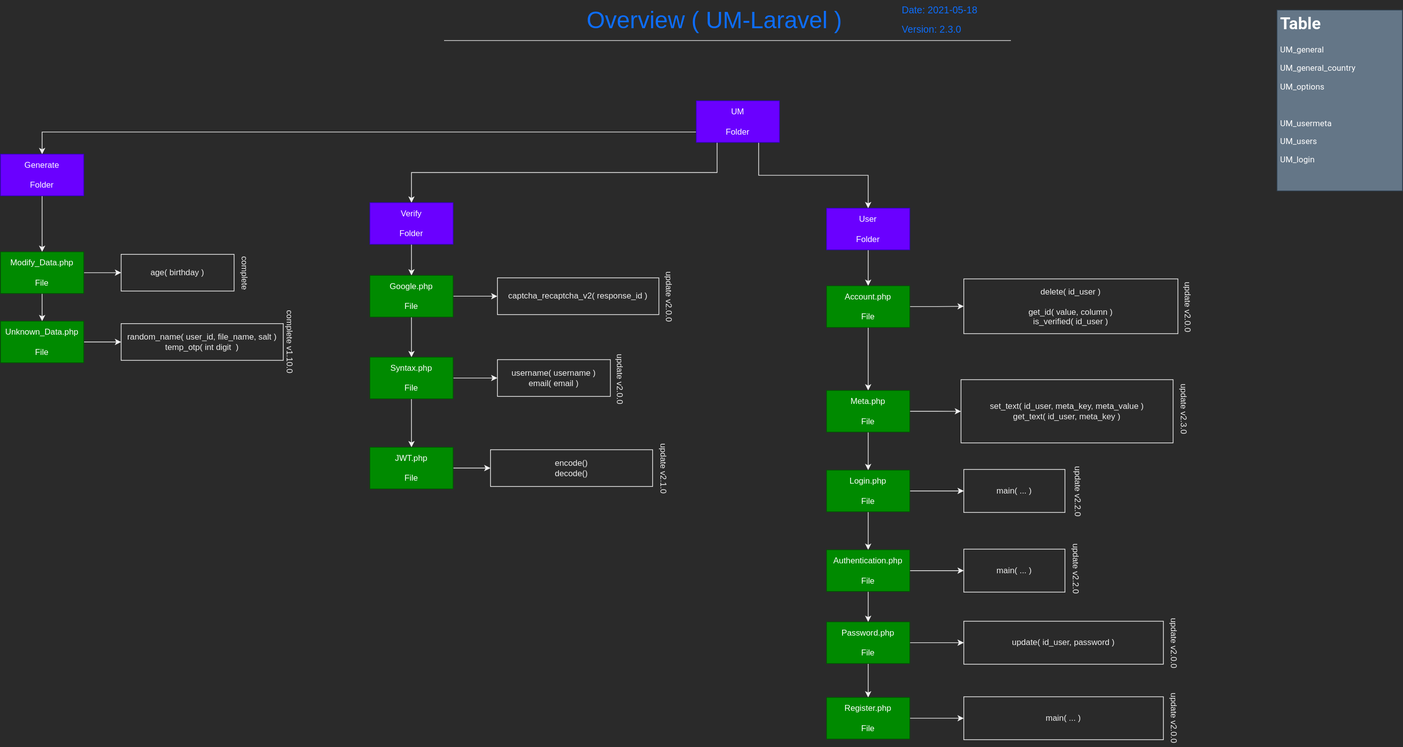
imithu/UM keeps this draw.io diagram as Docs/main.svg. Above is the earlier version. Source tidied: cells renumbered, new cells last; positions are measured from the earlier drawing's top-left corner, leaving out a move shared by most shapes.
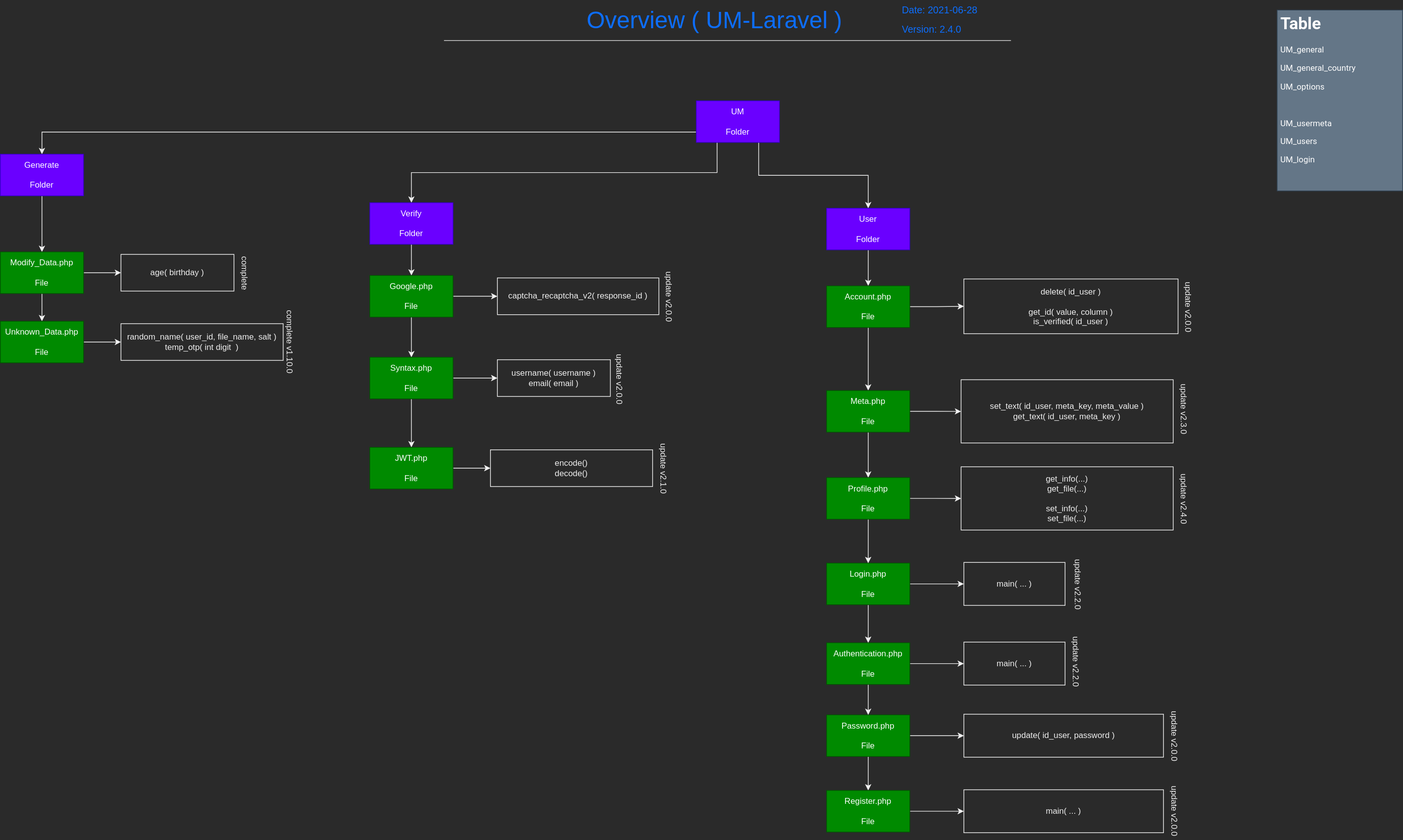
The same diagram one commit later.

What changed in the source:
```diff
@@ -8,7 +8,7 @@
     <mxCell id="3" value="Overview ( UM-Laravel )" style="text;html=1;strokeColor=none;fillColor=none;align=center;verticalAlign=middle;whiteSpace=wrap;labelBackgroundColor=none;fontSize=34;fontColor=#0d6efd;" parent="2" vertex="1">
       <mxGeometry x="194" y="1.5" width="393" height="55" as="geometry" />
     </mxCell>
-    <mxCell id="4" value="Date: 2021-05-18" style="text;html=1;strokeColor=none;fillColor=none;align=left;verticalAlign=middle;whiteSpace=wrap;labelBackgroundColor=none;fontSize=14;fontColor=#0d6efd;" parent="2" vertex="1">
+    <mxCell id="4" value="Date: 2021-06-28" style="text;html=1;strokeColor=none;fillColor=none;align=left;verticalAlign=middle;whiteSpace=wrap;labelBackgroundColor=none;fontSize=14;fontColor=#0d6efd;" parent="2" vertex="1">
       <mxGeometry x="659" y="1" width="147" height="25" as="geometry" />
     </mxCell>
     <mxCell id="5" style="endArrow=none;html=1;fontSize=14;fontColor=#0d6efd;" parent="2" edge="1">
@@ -17,7 +17,7 @@
         <mxPoint x="818" y="58" as="targetPoint" />
       </mxGeometry>
     </mxCell>
-    <mxCell id="6" value="Version: 2.3.0" style="text;html=1;strokeColor=none;fillColor=none;align=left;verticalAlign=middle;whiteSpace=wrap;labelBackgroundColor=none;fontSize=14;fontColor=#0d6efd;" parent="2" vertex="1">
+    <mxCell id="6" value="Version: 2.4.0" style="text;html=1;strokeColor=none;fillColor=none;align=left;verticalAlign=middle;whiteSpace=wrap;labelBackgroundColor=none;fontSize=14;fontColor=#0d6efd;" parent="2" vertex="1">
       <mxGeometry x="659" y="32" width="132" height="20" as="geometry" />
     </mxCell>
     <mxCell id="7" style="edgeStyle=orthogonalEdgeStyle;rounded=0;jettySize=auto;html=1;exitX=0.25;exitY=1;exitDx=0;exitDy=0;" parent="1" edge="1" source="10" target="29">
@@ -57,10 +57,10 @@
       <mxGeometry relative="1" as="geometry" />
     </mxCell>
     <mxCell id="19" value="Login.php&lt;br&gt;&lt;br&gt;File" style="rounded=0;whiteSpace=wrap;html=1;fillColor=#008a00;strokeColor=#005700;fontColor=#ffffff;" parent="1" vertex="1">
-      <mxGeometry x="1192" y="678" width="120" height="60" as="geometry" />
+      <mxGeometry x="1192" y="812" width="120" height="60" as="geometry" />
     </mxCell>
     <mxCell id="20" value="main( ... )" style="rounded=0;whiteSpace=wrap;html=1;" parent="1" vertex="1">
-      <mxGeometry x="1390" y="677" width="146" height="62" as="geometry" />
+      <mxGeometry x="1390" y="811" width="146" height="62" as="geometry" />
     </mxCell>
     <mxCell id="21" style="edgeStyle=orthogonalEdgeStyle;rounded=0;jettySize=auto;html=1;exitX=1;exitY=0.5;exitDx=0;exitDy=0;" parent="1" edge="1" source="23" target="24">
       <mxGeometry relative="1" as="geometry" />
@@ -69,19 +69,19 @@
       <mxGeometry relative="1" as="geometry" />
     </mxCell>
     <mxCell id="23" value="Password.php&lt;br&gt;&lt;br&gt;File" style="rounded=0;whiteSpace=wrap;html=1;fillColor=#008a00;strokeColor=#005700;fontColor=#ffffff;" parent="1" vertex="1">
-      <mxGeometry x="1192" y="897" width="120" height="60" as="geometry" />
+      <mxGeometry x="1192" y="1031" width="120" height="60" as="geometry" />
     </mxCell>
     <mxCell id="24" value="update( id_user, password )" style="rounded=0;whiteSpace=wrap;html=1;" parent="1" vertex="1">
-      <mxGeometry x="1390" y="896" width="288" height="62" as="geometry" />
+      <mxGeometry x="1390" y="1030" width="288" height="62" as="geometry" />
     </mxCell>
     <mxCell id="25" style="edgeStyle=orthogonalEdgeStyle;rounded=0;jettySize=auto;html=1;exitX=1;exitY=0.5;exitDx=0;exitDy=0;" parent="1" edge="1" source="26" target="27">
       <mxGeometry relative="1" as="geometry" />
     </mxCell>
     <mxCell id="26" value="Register.php&lt;br&gt;&lt;br&gt;File" style="rounded=0;whiteSpace=wrap;html=1;fillColor=#008a00;strokeColor=#005700;fontColor=#ffffff;" parent="1" vertex="1">
-      <mxGeometry x="1192" y="1006" width="120" height="60" as="geometry" />
+      <mxGeometry x="1192" y="1140" width="120" height="60" as="geometry" />
     </mxCell>
     <mxCell id="27" value="main( ... )" style="rounded=0;whiteSpace=wrap;html=1;" parent="1" vertex="1">
-      <mxGeometry x="1390" y="1005" width="288" height="62" as="geometry" />
+      <mxGeometry x="1390" y="1139" width="288" height="62" as="geometry" />
     </mxCell>
     <mxCell id="28" style="edgeStyle=orthogonalEdgeStyle;rounded=0;jettySize=auto;html=1;exitX=0.5;exitY=1;exitDx=0;exitDy=0;" parent="1" edge="1" source="29" target="32">
       <mxGeometry relative="1" as="geometry" />
@@ -147,22 +147,22 @@
       <mxGeometry relative="1" as="geometry" />
     </mxCell>
     <mxCell id="49" value="Authentication.php&lt;br&gt;&lt;br&gt;File" style="rounded=0;whiteSpace=wrap;html=1;fillColor=#008a00;strokeColor=#005700;fontColor=#ffffff;" parent="1" vertex="1">
-      <mxGeometry x="1192" y="793" width="120" height="60" as="geometry" />
+      <mxGeometry x="1192" y="927" width="120" height="60" as="geometry" />
     </mxCell>
     <mxCell id="50" value="main( ... )" style="rounded=0;whiteSpace=wrap;html=1;" parent="1" vertex="1">
-      <mxGeometry x="1390" y="792" width="146" height="62" as="geometry" />
+      <mxGeometry x="1390" y="926" width="146" height="62" as="geometry" />
     </mxCell>
     <mxCell id="51" value="update v2.2.0" style="text;html=1;align=center;verticalAlign=middle;rotation=90;" parent="1" vertex="1">
-      <mxGeometry x="1513" y="699" width="83" height="18" as="geometry" />
+      <mxGeometry x="1513" y="833" width="83" height="18" as="geometry" />
     </mxCell>
     <mxCell id="52" value="update v2.2.0" style="text;html=1;align=center;verticalAlign=middle;rotation=90;" parent="1" vertex="1">
-      <mxGeometry x="1511" y="810.5" width="83" height="18" as="geometry" />
+      <mxGeometry x="1511" y="944.5" width="83" height="18" as="geometry" />
     </mxCell>
     <mxCell id="53" value="update v2.0.0" style="text;html=1;align=center;verticalAlign=middle;rotation=90;" parent="1" vertex="1">
-      <mxGeometry x="1652" y="918" width="83" height="18" as="geometry" />
+      <mxGeometry x="1652" y="1052" width="83" height="18" as="geometry" />
     </mxCell>
     <mxCell id="54" value="update v2.0.0" style="text;html=1;align=center;verticalAlign=middle;rotation=90;" parent="1" vertex="1">
-      <mxGeometry x="1652" y="1026" width="83" height="18" as="geometry" />
+      <mxGeometry x="1652" y="1160" width="83" height="18" as="geometry" />
     </mxCell>
     <mxCell id="55" value="complete" style="text;html=1;align=center;verticalAlign=middle;rotation=90;" parent="1" vertex="1">
       <mxGeometry x="323" y="384" width="59" height="18" as="geometry" />
@@ -197,9 +197,9 @@
     <mxCell id="65" style="edgeStyle=orthogonalEdgeStyle;rounded=0;jettySize=auto;html=1;exitX=1;exitY=0.5;exitDx=0;exitDy=0;" parent="1" edge="1" source="67" target="68">
       <mxGeometry relative="1" as="geometry" />
     </mxCell>
-    <mxCell id="66" style="edgeStyle=orthogonalEdgeStyle;rounded=0;jettySize=auto;html=1;exitX=0.5;exitY=1;exitDx=0;exitDy=0;" parent="1" edge="1" source="67" target="19">
-      <mxGeometry relative="1" as="geometry" />
-    </mxCell>
+    <mxCell id="70" style="edgeStyle=orthogonalEdgeStyle;rounded=0;jettySize=auto;html=1;exitX=0.5;exitY=1;exitDx=0;exitDy=0;" parent="1" edge="1" source="67" target="73">
+      <mxGeometry relative="1" as="geometry" />
+    </mxCell>
     <mxCell id="67" value="Meta.php&lt;br&gt;&lt;br&gt;File" style="rounded=0;whiteSpace=wrap;html=1;fillColor=#008a00;strokeColor=#005700;fontColor=#ffffff;" parent="1" vertex="1">
       <mxGeometry x="1192" y="563" width="120" height="60" as="geometry" />
     </mxCell>
@@ -209,5 +209,20 @@
     <mxCell id="69" value="update v2.3.0" style="text;html=1;align=center;verticalAlign=middle;rotation=90;" parent="1" vertex="1">
       <mxGeometry x="1666" y="580" width="83" height="18" as="geometry" />
     </mxCell>
+    <mxCell id="71" style="edgeStyle=orthogonalEdgeStyle;rounded=0;jettySize=auto;html=1;exitX=1;exitY=0.5;exitDx=0;exitDy=0;" parent="1" edge="1" source="73" target="74">
+      <mxGeometry relative="1" as="geometry" />
+    </mxCell>
+    <mxCell id="72" style="edgeStyle=orthogonalEdgeStyle;rounded=0;jettySize=auto;html=1;exitX=0.5;exitY=1;exitDx=0;exitDy=0;" parent="1" edge="1" source="73" target="19">
+      <mxGeometry relative="1" as="geometry" />
+    </mxCell>
+    <mxCell id="73" value="Profile.php&lt;br&gt;&lt;br&gt;File" style="rounded=0;whiteSpace=wrap;html=1;fillColor=#008a00;strokeColor=#005700;fontColor=#ffffff;" parent="1" vertex="1">
+      <mxGeometry x="1192" y="688.6" width="120" height="60" as="geometry" />
+    </mxCell>
+    <mxCell id="74" value="get_info(...)&lt;br&gt;get_file(...)&lt;br&gt;&lt;br&gt;set_info(...)&lt;br&gt;set_file(...)" style="rounded=0;whiteSpace=wrap;html=1;" parent="1" vertex="1">
+      <mxGeometry x="1386" y="673" width="306" height="91.2" as="geometry" />
+    </mxCell>
+    <mxCell id="75" value="update v2.4.0" style="text;html=1;align=center;verticalAlign=middle;rotation=90;" parent="1" vertex="1">
+      <mxGeometry x="1666" y="709.6" width="83" height="18" as="geometry" />
+    </mxCell>
   </root>
 </mxGraphModel>
```
